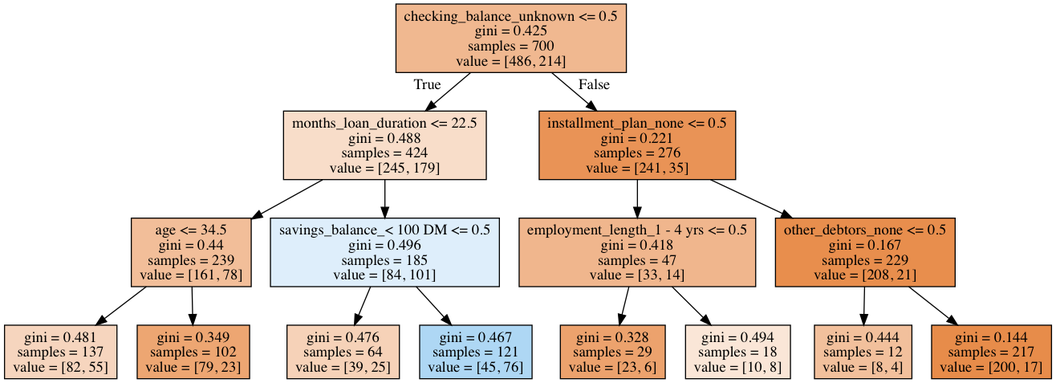
Before: demos/tree.png, a diagram exported from Graphviz (abulbasar/machine-learning). Its source is kept beside it as demos/tree.dot.
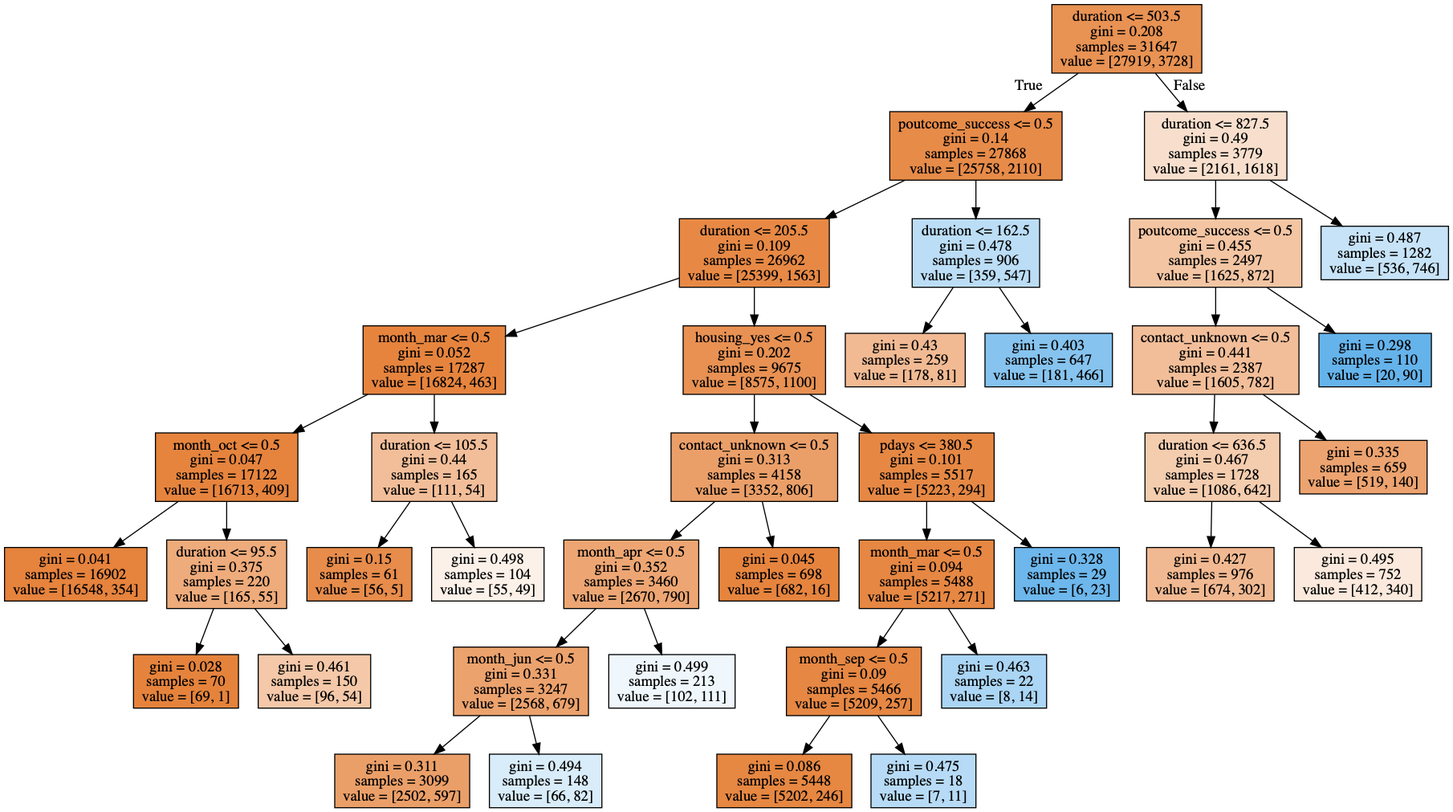
Later version of the same file.

Diff of the diagram source:
```diff
@@ -1,32 +1,80 @@
 digraph Tree {
 node [shape=box, style="filled", color="black"] ;
-0 [label="checking_balance_unknown <= 0.5\ngini = 0.425\nsamples = 700\nvalue = [486, 214]", fillcolor="#e581398f"] ;
-1 [label="months_loan_duration <= 22.5\ngini = 0.488\nsamples = 424\nvalue = [245, 179]", fillcolor="#e5813945"] ;
+0 [label="duration <= 503.5\ngini = 0.208\nsamples = 31647\nvalue = [27919, 3728]", fillcolor="#e58139dd"] ;
+1 [label="poutcome_success <= 0.5\ngini = 0.14\nsamples = 27868\nvalue = [25758, 2110]", fillcolor="#e58139ea"] ;
 0 -> 1 [labeldistance=2.5, labelangle=45, headlabel="True"] ;
-2 [label="age <= 34.5\ngini = 0.44\nsamples = 239\nvalue = [161, 78]", fillcolor="#e5813983"] ;
-1 -> 2 ;
-3 [label="gini = 0.481\nsamples = 137\nvalue = [82, 55]", fillcolor="#e5813954"] ;
-2 -> 3 ;
-4 [label="gini = 0.349\nsamples = 102\nvalue = [79, 23]", fillcolor="#e58139b5"] ;
-2 -> 4 ;
-5 [label="savings_balance_< 100 DM <= 0.5\ngini = 0.496\nsamples = 185\nvalue = [84, 101]", fillcolor="#399de52b"] ;
-1 -> 5 ;
-6 [label="gini = 0.476\nsamples = 64\nvalue = [39, 25]", fillcolor="#e581395c"] ;
-5 -> 6 ;
-7 [label="gini = 0.467\nsamples = 121\nvalue = [45, 76]", fillcolor="#399de568"] ;
-5 -> 7 ;
-8 [label="installment_plan_none <= 0.5\ngini = 0.221\nsamples = 276\nvalue = [241, 35]", fillcolor="#e58139da"] ;
-0 -> 8 [labeldistance=2.5, labelangle=-45, headlabel="False"] ;
-9 [label="employment_length_1 - 4 yrs <= 0.5\ngini = 0.418\nsamples = 47\nvalue = [33, 14]", fillcolor="#e5813993"] ;
-8 -> 9 ;
-10 [label="gini = 0.328\nsamples = 29\nvalue = [23, 6]", fillcolor="#e58139bc"] ;
-9 -> 10 ;
-11 [label="gini = 0.494\nsamples = 18\nvalue = [10, 8]", fillcolor="#e5813933"] ;
-9 -> 11 ;
-12 [label="other_debtors_none <= 0.5\ngini = 0.167\nsamples = 229\nvalue = [208, 21]", fillcolor="#e58139e5"] ;
-8 -> 12 ;
-13 [label="gini = 0.444\nsamples = 12\nvalue = [8, 4]", fillcolor="#e581397f"] ;
-12 -> 13 ;
-14 [label="gini = 0.144\nsamples = 217\nvalue = [200, 17]", fillcolor="#e58139e9"] ;
-12 -> 14 ;
+3 [label="duration <= 205.5\ngini = 0.109\nsamples = 26962\nvalue = [25399, 1563]", fillcolor="#e58139ef"] ;
+1 -> 3 ;
+5 [label="month_mar <= 0.5\ngini = 0.052\nsamples = 17287\nvalue = [16824, 463]", fillcolor="#e58139f8"] ;
+3 -> 5 ;
+23 [label="month_oct <= 0.5\ngini = 0.047\nsamples = 17122\nvalue = [16713, 409]", fillcolor="#e58139f9"] ;
+5 -> 23 ;
+27 [label="gini = 0.041\nsamples = 16902\nvalue = [16548, 354]", fillcolor="#e58139fa"] ;
+23 -> 27 ;
+28 [label="duration <= 95.5\ngini = 0.375\nsamples = 220\nvalue = [165, 55]", fillcolor="#e58139aa"] ;
+23 -> 28 ;
+37 [label="gini = 0.028\nsamples = 70\nvalue = [69, 1]", fillcolor="#e58139fb"] ;
+28 -> 37 ;
+38 [label="gini = 0.461\nsamples = 150\nvalue = [96, 54]", fillcolor="#e5813970"] ;
+28 -> 38 ;
+24 [label="duration <= 105.5\ngini = 0.44\nsamples = 165\nvalue = [111, 54]", fillcolor="#e5813983"] ;
+5 -> 24 ;
+33 [label="gini = 0.15\nsamples = 61\nvalue = [56, 5]", fillcolor="#e58139e8"] ;
+24 -> 33 ;
+34 [label="gini = 0.498\nsamples = 104\nvalue = [55, 49]", fillcolor="#e581391c"] ;
+24 -> 34 ;
+6 [label="housing_yes <= 0.5\ngini = 0.202\nsamples = 9675\nvalue = [8575, 1100]", fillcolor="#e58139de"] ;
+3 -> 6 ;
+7 [label="contact_unknown <= 0.5\ngini = 0.313\nsamples = 4158\nvalue = [3352, 806]", fillcolor="#e58139c2"] ;
+6 -> 7 ;
+15 [label="month_apr <= 0.5\ngini = 0.352\nsamples = 3460\nvalue = [2670, 790]", fillcolor="#e58139b4"] ;
+7 -> 15 ;
+17 [label="month_jun <= 0.5\ngini = 0.331\nsamples = 3247\nvalue = [2568, 679]", fillcolor="#e58139bc"] ;
+15 -> 17 ;
+19 [label="gini = 0.311\nsamples = 3099\nvalue = [2502, 597]", fillcolor="#e58139c2"] ;
+17 -> 19 ;
+20 [label="gini = 0.494\nsamples = 148\nvalue = [66, 82]", fillcolor="#399de532"] ;
+17 -> 20 ;
+18 [label="gini = 0.499\nsamples = 213\nvalue = [102, 111]", fillcolor="#399de515"] ;
+15 -> 18 ;
+16 [label="gini = 0.045\nsamples = 698\nvalue = [682, 16]", fillcolor="#e58139f9"] ;
+7 -> 16 ;
+8 [label="pdays <= 380.5\ngini = 0.101\nsamples = 5517\nvalue = [5223, 294]", fillcolor="#e58139f1"] ;
+6 -> 8 ;
+21 [label="month_mar <= 0.5\ngini = 0.094\nsamples = 5488\nvalue = [5217, 271]", fillcolor="#e58139f2"] ;
+8 -> 21 ;
+31 [label="month_sep <= 0.5\ngini = 0.09\nsamples = 5466\nvalue = [5209, 257]", fillcolor="#e58139f2"] ;
+21 -> 31 ;
+35 [label="gini = 0.086\nsamples = 5448\nvalue = [5202, 246]", fillcolor="#e58139f3"] ;
+31 -> 35 ;
+36 [label="gini = 0.475\nsamples = 18\nvalue = [7, 11]", fillcolor="#399de55d"] ;
+31 -> 36 ;
+32 [label="gini = 0.463\nsamples = 22\nvalue = [8, 14]", fillcolor="#399de56d"] ;
+21 -> 32 ;
+22 [label="gini = 0.328\nsamples = 29\nvalue = [6, 23]", fillcolor="#399de5bc"] ;
+8 -> 22 ;
+4 [label="duration <= 162.5\ngini = 0.478\nsamples = 906\nvalue = [359, 547]", fillcolor="#399de558"] ;
+1 -> 4 ;
+11 [label="gini = 0.43\nsamples = 259\nvalue = [178, 81]", fillcolor="#e581398b"] ;
+4 -> 11 ;
+12 [label="gini = 0.403\nsamples = 647\nvalue = [181, 466]", fillcolor="#399de59c"] ;
+4 -> 12 ;
+2 [label="duration <= 827.5\ngini = 0.49\nsamples = 3779\nvalue = [2161, 1618]", fillcolor="#e5813940"] ;
+0 -> 2 [labeldistance=2.5, labelangle=-45, headlabel="False"] ;
+9 [label="poutcome_success <= 0.5\ngini = 0.455\nsamples = 2497\nvalue = [1625, 872]", fillcolor="#e5813976"] ;
+2 -> 9 ;
+13 [label="contact_unknown <= 0.5\ngini = 0.441\nsamples = 2387\nvalue = [1605, 782]", fillcolor="#e5813983"] ;
+9 -> 13 ;
+25 [label="duration <= 636.5\ngini = 0.467\nsamples = 1728\nvalue = [1086, 642]", fillcolor="#e5813968"] ;
+13 -> 25 ;
+29 [label="gini = 0.427\nsamples = 976\nvalue = [674, 302]", fillcolor="#e581398d"] ;
+25 -> 29 ;
+30 [label="gini = 0.495\nsamples = 752\nvalue = [412, 340]", fillcolor="#e581392d"] ;
+25 -> 30 ;
+26 [label="gini = 0.335\nsamples = 659\nvalue = [519, 140]", fillcolor="#e58139ba"] ;
+13 -> 26 ;
+14 [label="gini = 0.298\nsamples = 110\nvalue = [20, 90]", fillcolor="#399de5c6"] ;
+9 -> 14 ;
+10 [label="gini = 0.487\nsamples = 1282\nvalue = [536, 746]", fillcolor="#399de548"] ;
+2 -> 10 ;
 }
```
